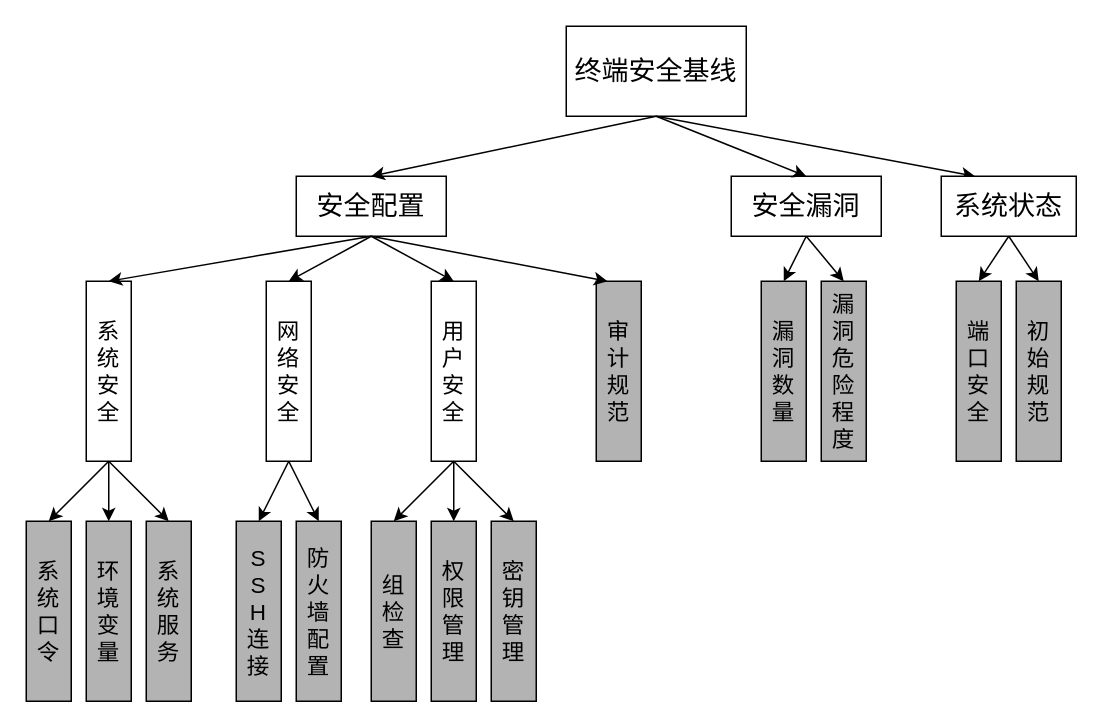
Moose1273/- keeps this draw.io diagram as testDirectory/可信属性层次关系图.drawio. Above is the earlier version. Source tidied: cells renumbered, new cells numbered last; positions are measured from the earlier drawing's top-left corner, leaving out a move shared by most shapes. Both pictures are drawn from the tidied source at 150%, with x=0, y=0 at pixel (26, 26).
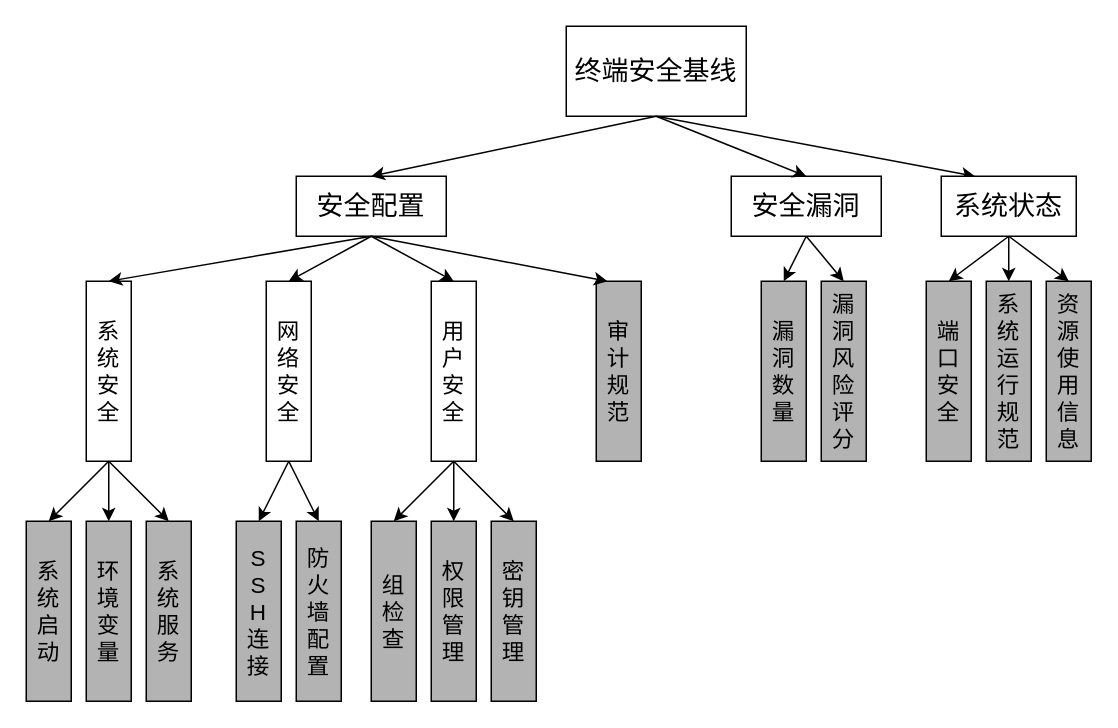
After the change.

Commit message:
更新可信属性层次关系图.drawio

Unchanged cells that the change refers to:
```xml
<mxCell id="8" value="&lt;font style=&quot;font-size: 18px;&quot;&gt;系统状态&lt;/font&gt;" style="rounded=0;whiteSpace=wrap;html=1;" parent="1" vertex="1">
  <mxGeometry x="610" y="100" width="90" height="40" as="geometry" />
</mxCell>
```

The edit, as a diff of the source:
```diff
@@
     <mxCell id="11" value="&lt;font style=&quot;font-size: 15px;&quot;&gt;端口安全&lt;/font&gt;" style="rounded=0;whiteSpace=wrap;html=1;fillColor=#B3B3B3;" parent="1" vertex="1">
-      <mxGeometry x="620" y="170" width="30" height="120" as="geometry" />
+      <mxGeometry x="600" y="170" width="30" height="120" as="geometry" />
     </mxCell>
@@
-    <mxCell id="13" value="&lt;span style=&quot;font-size: 15px;&quot;&gt;漏洞危险程度&lt;/span&gt;" style="rounded=0;whiteSpace=wrap;html=1;fillColor=#B3B3B3;" parent="1" vertex="1">
+    <mxCell id="13" value="&lt;span style=&quot;font-size: 15px;&quot;&gt;漏洞风险评分&lt;/span&gt;" style="rounded=0;whiteSpace=wrap;html=1;fillColor=#B3B3B3;" parent="1" vertex="1">
       <mxGeometry x="530" y="170" width="30" height="120" as="geometry" />
     </mxCell>
@@
-    <mxCell id="15" value="&lt;font style=&quot;font-size: 15px;&quot;&gt;初始规范&lt;/font&gt;" style="rounded=0;whiteSpace=wrap;html=1;fillColor=#B3B3B3;" parent="1" vertex="1">
-      <mxGeometry x="660" y="170" width="30" height="120" as="geometry" />
+    <mxCell id="15" value="&lt;font style=&quot;font-size: 15px;&quot;&gt;系统运行规范&lt;/font&gt;" style="rounded=0;whiteSpace=wrap;html=1;fillColor=#B3B3B3;" parent="1" vertex="1">
+      <mxGeometry x="640" y="170" width="30" height="120" as="geometry" />
     </mxCell>
@@
-    <mxCell id="17" value="&lt;font style=&quot;font-size: 15px;&quot;&gt;系统口令&lt;/font&gt;" style="rounded=0;whiteSpace=wrap;html=1;fillColor=#B3B3B3;" parent="1" vertex="1">
+    <mxCell id="17" value="&lt;font style=&quot;font-size: 15px;&quot;&gt;系统启动&lt;/font&gt;" style="rounded=0;whiteSpace=wrap;html=1;fillColor=#B3B3B3;" parent="1" vertex="1">
       <mxGeometry y="330" width="30" height="120" as="geometry" />
     </mxCell>
@@
+    <mxCell id="41" value="&lt;font style=&quot;font-size: 15px;&quot;&gt;资源使用信息&lt;/font&gt;" style="rounded=0;whiteSpace=wrap;html=1;fillColor=#B3B3B3;" parent="1" vertex="1">
+      <mxGeometry x="680" y="170" width="30" height="120" as="geometry" />
+    </mxCell>
+    <mxCell id="42" style="endArrow=classic;html=1;rounded=0;exitX=0.5;exitY=1;exitDx=0;exitDy=0;entryX=0.5;entryY=0;entryDx=0;entryDy=0;" parent="1" edge="1" source="8" target="41">
+      <mxGeometry relative="1" as="geometry" />
+    </mxCell>
```
